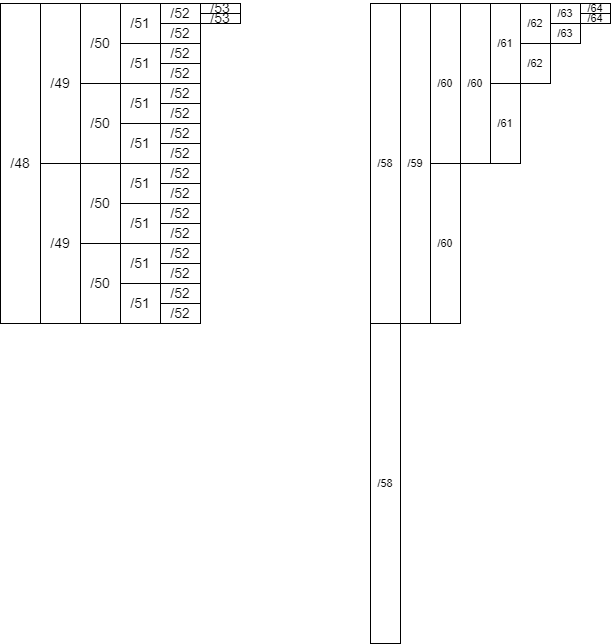
Earlier version of the draw.io export doc/img/address.drawio.png (takamitsu-iida/srv6-guide). Source tidied: cells renumbered, new cells last; positions are measured from the earlier drawing's top-left corner, leaving out a move shared by most shapes.
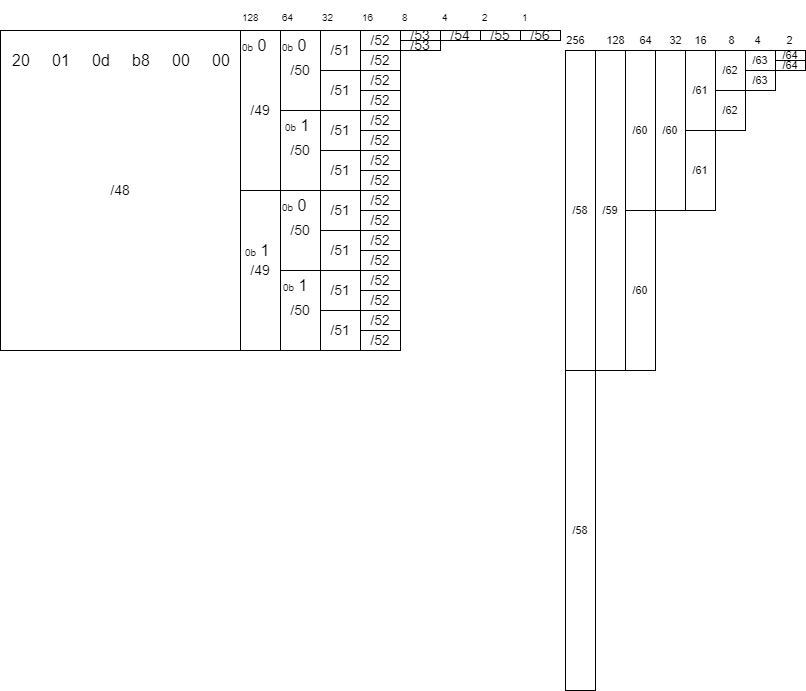
After the change.

The edit, as a diff of the source:
```diff
@@ -3,7 +3,7 @@
     <mxCell id="0" />
     <mxCell id="1" parent="0" />
     <mxCell id="2" value="/48" style="whiteSpace=wrap;html=1;fontSize=14;" parent="1" vertex="1">
-      <mxGeometry width="40" height="320" as="geometry" />
+      <mxGeometry x="-200" width="240" height="320" as="geometry" />
     </mxCell>
     <mxCell id="3" value="/49" style="whiteSpace=wrap;html=1;fontSize=14;" parent="1" vertex="1">
       <mxGeometry x="40" width="40" height="160" as="geometry" />
@@ -102,46 +102,139 @@
       <mxGeometry x="200" y="10" width="40" height="10" as="geometry" />
     </mxCell>
     <mxCell id="35" value="/63" style="whiteSpace=wrap;html=1;fontSize=11;" parent="1" vertex="1">
-      <mxGeometry x="550" width="30" height="20" as="geometry" />
+      <mxGeometry x="545" y="20" width="30" height="20" as="geometry" />
     </mxCell>
-    <mxCell id="36" value="/64" style="whiteSpace=wrap;html=1;fontSize=11;" parent="1" vertex="1">
-      <mxGeometry x="580" width="30" height="10" as="geometry" />
-    </mxCell>
     <mxCell id="37" value="/63" style="whiteSpace=wrap;html=1;fontSize=11;" parent="1" vertex="1">
-      <mxGeometry x="550" y="20" width="30" height="20" as="geometry" />
+      <mxGeometry x="545" y="40" width="30" height="20" as="geometry" />
     </mxCell>
     <mxCell id="38" value="/62" style="whiteSpace=wrap;html=1;fontSize=11;" parent="1" vertex="1">
-      <mxGeometry x="520" width="30" height="40" as="geometry" />
+      <mxGeometry x="515" y="20" width="30" height="40" as="geometry" />
     </mxCell>
-    <mxCell id="39" value="/64" style="whiteSpace=wrap;html=1;fontSize=11;" parent="1" vertex="1">
-      <mxGeometry x="580" y="10" width="30" height="10" as="geometry" />
-    </mxCell>
     <mxCell id="40" value="/61" style="whiteSpace=wrap;html=1;fontSize=11;" parent="1" vertex="1">
-      <mxGeometry x="490" width="30" height="80" as="geometry" />
+      <mxGeometry x="485" y="20" width="30" height="80" as="geometry" />
     </mxCell>
     <mxCell id="41" value="/62" style="whiteSpace=wrap;html=1;fontSize=11;" parent="1" vertex="1">
-      <mxGeometry x="520" y="40" width="30" height="40" as="geometry" />
+      <mxGeometry x="515" y="60" width="30" height="40" as="geometry" />
     </mxCell>
     <mxCell id="42" value="/61" style="whiteSpace=wrap;html=1;fontSize=11;" parent="1" vertex="1">
-      <mxGeometry x="490" y="80" width="30" height="80" as="geometry" />
+      <mxGeometry x="485" y="100" width="30" height="80" as="geometry" />
     </mxCell>
     <mxCell id="43" value="/60" style="whiteSpace=wrap;html=1;fontSize=11;" parent="1" vertex="1">
-      <mxGeometry x="460" width="30" height="160" as="geometry" />
+      <mxGeometry x="455" y="20" width="30" height="160" as="geometry" />
     </mxCell>
     <mxCell id="44" value="/60" style="whiteSpace=wrap;html=1;fontSize=11;" parent="1" vertex="1">
-      <mxGeometry x="430" width="30" height="160" as="geometry" />
+      <mxGeometry x="425" y="20" width="30" height="160" as="geometry" />
     </mxCell>
     <mxCell id="45" value="/60" style="whiteSpace=wrap;html=1;fontSize=11;" parent="1" vertex="1">
-      <mxGeometry x="430" y="160" width="30" height="160" as="geometry" />
+      <mxGeometry x="425" y="180" width="30" height="160" as="geometry" />
     </mxCell>
     <mxCell id="46" value="/59" style="whiteSpace=wrap;html=1;fontSize=11;" parent="1" vertex="1">
-      <mxGeometry x="400" width="30" height="320" as="geometry" />
+      <mxGeometry x="395" y="20" width="30" height="320" as="geometry" />
     </mxCell>
     <mxCell id="47" value="/58" style="whiteSpace=wrap;html=1;fontSize=11;" parent="1" vertex="1">
-      <mxGeometry x="370" width="30" height="320" as="geometry" />
+      <mxGeometry x="365" y="20" width="30" height="320" as="geometry" />
     </mxCell>
     <mxCell id="48" value="/58" style="whiteSpace=wrap;html=1;fontSize=11;" parent="1" vertex="1">
-      <mxGeometry x="370" y="320" width="30" height="320" as="geometry" />
+      <mxGeometry x="365" y="340" width="30" height="320" as="geometry" />
     </mxCell>
+    <mxCell id="49" value="/64" style="whiteSpace=wrap;html=1;fontSize=11;" parent="1" vertex="1">
+      <mxGeometry x="575" y="20" width="30" height="10" as="geometry" />
+    </mxCell>
+    <mxCell id="50" value="/64" style="whiteSpace=wrap;html=1;fontSize=11;" parent="1" vertex="1">
+      <mxGeometry x="575" y="30" width="30" height="10" as="geometry" />
+    </mxCell>
+    <mxCell id="51" value="2" style="text;html=1;align=center;verticalAlign=middle;strokeColor=none;fillColor=none;fontSize=11;" parent="1" vertex="1">
+      <mxGeometry x="579" width="20" height="20" as="geometry" />
+    </mxCell>
+    <mxCell id="52" value="4" style="text;html=1;align=center;verticalAlign=middle;strokeColor=none;fillColor=none;fontSize=11;" parent="1" vertex="1">
+      <mxGeometry x="547" width="20" height="20" as="geometry" />
+    </mxCell>
+    <mxCell id="53" value="8" style="text;html=1;align=center;verticalAlign=middle;strokeColor=none;fillColor=none;fontSize=11;" parent="1" vertex="1">
+      <mxGeometry x="521" width="20" height="20" as="geometry" />
+    </mxCell>
+    <mxCell id="54" value="16" style="text;html=1;align=center;verticalAlign=middle;strokeColor=none;fillColor=none;fontSize=11;" parent="1" vertex="1">
+      <mxGeometry x="485" width="30" height="20" as="geometry" />
+    </mxCell>
+    <mxCell id="55" value="32" style="text;html=1;align=center;verticalAlign=middle;strokeColor=none;fillColor=none;fontSize=11;" parent="1" vertex="1">
+      <mxGeometry x="460" width="30" height="20" as="geometry" />
+    </mxCell>
+    <mxCell id="56" value="64" style="text;html=1;align=center;verticalAlign=middle;strokeColor=none;fillColor=none;fontSize=11;" parent="1" vertex="1">
+      <mxGeometry x="430" width="30" height="20" as="geometry" />
+    </mxCell>
+    <mxCell id="57" value="128" style="text;html=1;align=center;verticalAlign=middle;strokeColor=none;fillColor=none;fontSize=11;" parent="1" vertex="1">
+      <mxGeometry x="400" width="30" height="20" as="geometry" />
+    </mxCell>
+    <mxCell id="58" value="256" style="text;html=1;align=center;verticalAlign=middle;strokeColor=none;fillColor=none;fontSize=11;" parent="1" vertex="1">
+      <mxGeometry x="360" width="30" height="20" as="geometry" />
+    </mxCell>
+    <mxCell id="59" value="20" style="text;html=1;align=left;verticalAlign=middle;strokeColor=none;fillColor=none;fontSize=16;" parent="1" vertex="1">
+      <mxGeometry x="-190" y="20" width="30" height="20" as="geometry" />
+    </mxCell>
+    <mxCell id="60" value="01" style="text;html=1;align=left;verticalAlign=middle;strokeColor=none;fillColor=none;fontSize=16;" parent="1" vertex="1">
+      <mxGeometry x="-150" y="20" width="30" height="20" as="geometry" />
+    </mxCell>
+    <mxCell id="61" value="0d" style="text;html=1;align=left;verticalAlign=middle;strokeColor=none;fillColor=none;fontSize=16;" parent="1" vertex="1">
+      <mxGeometry x="-110" y="20" width="30" height="20" as="geometry" />
+    </mxCell>
+    <mxCell id="62" value="b8" style="text;html=1;align=left;verticalAlign=middle;strokeColor=none;fillColor=none;fontSize=16;" parent="1" vertex="1">
+      <mxGeometry x="-70" y="20" width="30" height="20" as="geometry" />
+    </mxCell>
+    <mxCell id="63" value="00" style="text;html=1;align=left;verticalAlign=middle;strokeColor=none;fillColor=none;fontSize=16;" parent="1" vertex="1">
+      <mxGeometry x="-30" y="20" width="30" height="20" as="geometry" />
+    </mxCell>
+    <mxCell id="64" value="00" style="text;html=1;align=left;verticalAlign=middle;strokeColor=none;fillColor=none;fontSize=16;" parent="1" vertex="1">
+      <mxGeometry x="10" y="20" width="30" height="20" as="geometry" />
+    </mxCell>
+    <mxCell id="65" value="&lt;font style=&quot;font-size: 10px&quot;&gt;0b&lt;/font&gt; 0" style="text;html=1;align=left;verticalAlign=middle;strokeColor=none;fillColor=none;fontSize=16;" parent="1" vertex="1">
+      <mxGeometry x="40" width="40" height="30" as="geometry" />
+    </mxCell>
+    <mxCell id="66" value="&lt;font style=&quot;font-size: 10px&quot;&gt;0b&lt;/font&gt; 1" style="text;html=1;align=left;verticalAlign=middle;strokeColor=none;fillColor=none;fontSize=16;" parent="1" vertex="1">
+      <mxGeometry x="43" y="205" width="40" height="30" as="geometry" />
+    </mxCell>
+    <mxCell id="67" value="&lt;font style=&quot;font-size: 10px&quot;&gt;0b&lt;/font&gt; 0" style="text;html=1;align=left;verticalAlign=middle;strokeColor=none;fillColor=none;fontSize=16;" parent="1" vertex="1">
+      <mxGeometry x="80" width="40" height="30" as="geometry" />
+    </mxCell>
+    <mxCell id="68" value="&lt;font style=&quot;font-size: 10px&quot;&gt;0b&lt;/font&gt; 1" style="text;html=1;align=left;verticalAlign=middle;strokeColor=none;fillColor=none;fontSize=16;" parent="1" vertex="1">
+      <mxGeometry x="83" y="80" width="40" height="30" as="geometry" />
+    </mxCell>
+    <mxCell id="69" value="&lt;font style=&quot;font-size: 10px&quot;&gt;0b&lt;/font&gt; 0" style="text;html=1;align=left;verticalAlign=middle;strokeColor=none;fillColor=none;fontSize=16;" parent="1" vertex="1">
+      <mxGeometry x="80" y="160" width="40" height="30" as="geometry" />
+    </mxCell>
+    <mxCell id="70" value="&lt;font style=&quot;font-size: 10px&quot;&gt;0b&lt;/font&gt; 1" style="text;html=1;align=left;verticalAlign=middle;strokeColor=none;fillColor=none;fontSize=16;" parent="1" vertex="1">
+      <mxGeometry x="81" y="240" width="40" height="30" as="geometry" />
+    </mxCell>
+    <mxCell id="71" value="/54" style="whiteSpace=wrap;html=1;fontSize=14;" parent="1" vertex="1">
+      <mxGeometry x="240" width="40" height="10" as="geometry" />
+    </mxCell>
+    <mxCell id="72" value="/55" style="whiteSpace=wrap;html=1;fontSize=14;" parent="1" vertex="1">
+      <mxGeometry x="280" width="40" height="10" as="geometry" />
+    </mxCell>
+    <mxCell id="73" value="/56" style="whiteSpace=wrap;html=1;fontSize=14;" parent="1" vertex="1">
+      <mxGeometry x="320" width="40" height="10" as="geometry" />
+    </mxCell>
+    <mxCell id="74" value="&lt;span style=&quot;font-size: 10px&quot;&gt;128&lt;/span&gt;" style="text;html=1;align=left;verticalAlign=middle;strokeColor=none;fillColor=none;fontSize=16;" parent="1" vertex="1">
+      <mxGeometry x="40" y="-30" width="30" height="30" as="geometry" />
+    </mxCell>
+    <mxCell id="75" value="&lt;span style=&quot;font-size: 10px&quot;&gt;64&lt;/span&gt;" style="text;html=1;align=left;verticalAlign=middle;strokeColor=none;fillColor=none;fontSize=16;" parent="1" vertex="1">
+      <mxGeometry x="80" y="-30" width="30" height="30" as="geometry" />
+    </mxCell>
+    <mxCell id="76" value="&lt;span style=&quot;font-size: 10px&quot;&gt;32&lt;/span&gt;" style="text;html=1;align=left;verticalAlign=middle;strokeColor=none;fillColor=none;fontSize=16;" parent="1" vertex="1">
+      <mxGeometry x="120" y="-30" width="30" height="30" as="geometry" />
+    </mxCell>
+    <mxCell id="77" value="&lt;span style=&quot;font-size: 10px&quot;&gt;16&lt;/span&gt;" style="text;html=1;align=left;verticalAlign=middle;strokeColor=none;fillColor=none;fontSize=16;" parent="1" vertex="1">
+      <mxGeometry x="160" y="-30" width="30" height="30" as="geometry" />
+    </mxCell>
+    <mxCell id="78" value="&lt;span style=&quot;font-size: 10px&quot;&gt;8&lt;/span&gt;" style="text;html=1;align=left;verticalAlign=middle;strokeColor=none;fillColor=none;fontSize=16;" parent="1" vertex="1">
+      <mxGeometry x="200" y="-30" width="20" height="30" as="geometry" />
+    </mxCell>
+    <mxCell id="79" value="&lt;span style=&quot;font-size: 10px&quot;&gt;4&lt;/span&gt;" style="text;html=1;align=left;verticalAlign=middle;strokeColor=none;fillColor=none;fontSize=16;" parent="1" vertex="1">
+      <mxGeometry x="240" y="-30" width="20" height="30" as="geometry" />
+    </mxCell>
+    <mxCell id="80" value="&lt;span style=&quot;font-size: 10px&quot;&gt;2&lt;/span&gt;" style="text;html=1;align=left;verticalAlign=middle;strokeColor=none;fillColor=none;fontSize=16;" parent="1" vertex="1">
+      <mxGeometry x="280" y="-30" width="20" height="30" as="geometry" />
+    </mxCell>
+    <mxCell id="81" value="&lt;span style=&quot;font-size: 10px&quot;&gt;1&lt;/span&gt;" style="text;html=1;align=left;verticalAlign=middle;strokeColor=none;fillColor=none;fontSize=16;" parent="1" vertex="1">
+      <mxGeometry x="320" y="-30" width="20" height="30" as="geometry" />
+    </mxCell>
   </root>
 </mxGraphModel>
```
